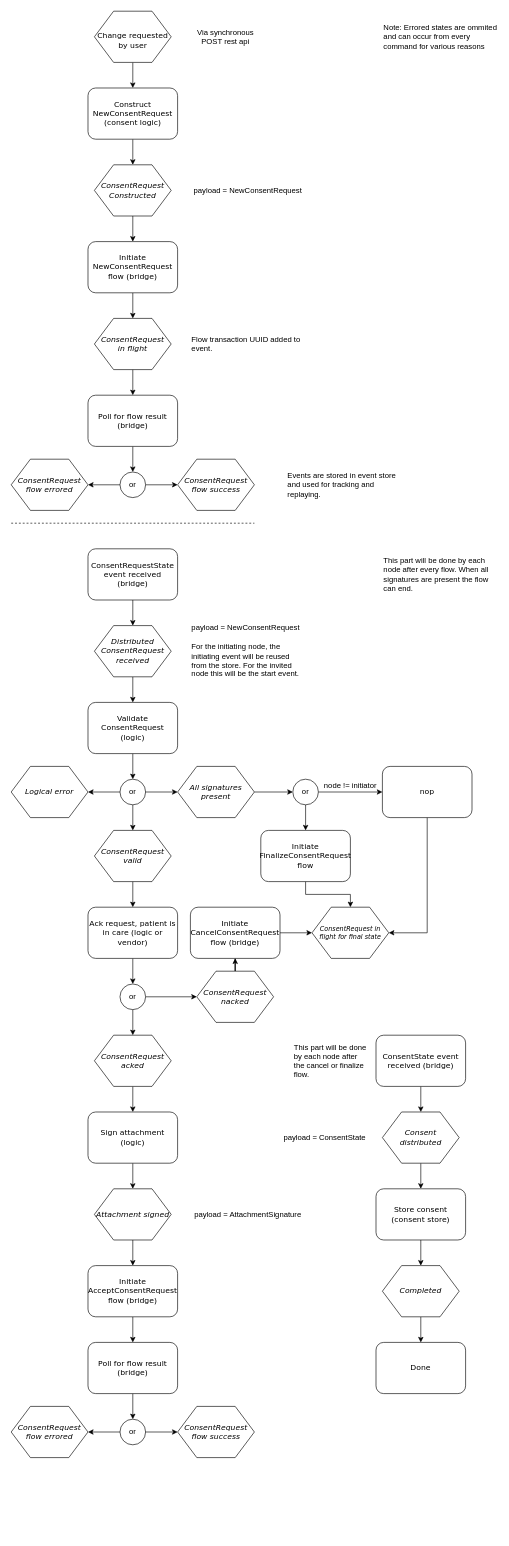
Above: docs/_static/images/Nuts consent request flow.drawio in nuts-foundation/nuts-event-octopus (draw.io), before the change. Source tidied: cells renumbered, new cells numbered last; positions are measured from the earlier drawing's top-left corner, leaving out a move shared by most shapes. Both pictures are drawn from the tidied source at 64%, with x=0, y=0 at pixel (11, 11).
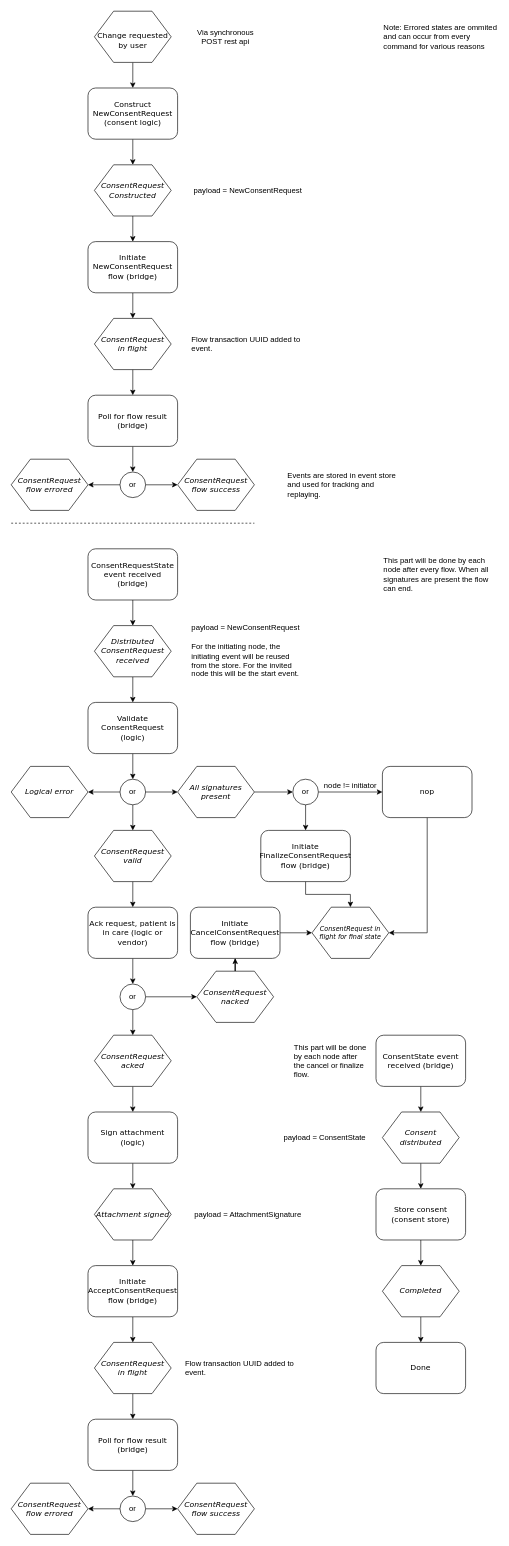
After the change.

Commit message (it also covers changes not shown here):
flow diagram update

The change refers to these unchanged cells:
```xml
<mxCell id="50" value="Initiate AcceptConsentRequest flow (bridge)" style="rounded=1;whiteSpace=wrap;html=1;shadow=0;labelBackgroundColor=none;strokeColor=#000000;strokeWidth=1;fillColor=#ffffff;fontFamily=Verdana;fontSize=12;fontColor=#000000;align=center;" parent="1" vertex="1">
  <mxGeometry x="120" y="1960" width="140" height="80" as="geometry" />
</mxCell>
```

Diff of the diagram source:
```diff
@@
-    <mxCell id="49" style="edgeStyle=orthogonalEdgeStyle;rounded=0;jettySize=auto;html=1;exitX=0.5;exitY=1;exitDx=0;exitDy=0;entryX=0.5;entryY=0;entryDx=0;entryDy=0;" parent="1" edge="1" source="50" target="52">
-      <mxGeometry relative="1" as="geometry" />
-    </mxCell>
+    <mxCell id="87" style="edgeStyle=orthogonalEdgeStyle;rounded=0;jettySize=auto;html=1;exitX=0.5;exitY=1;exitDx=0;exitDy=0;fontSize=10;" parent="1" edge="1" source="50" target="89">
+      <mxGeometry relative="1" as="geometry" />
+    </mxCell>
@@
     <mxCell id="52" value="Poll for flow result (bridge)" style="rounded=1;whiteSpace=wrap;html=1;shadow=0;labelBackgroundColor=none;strokeColor=#000000;strokeWidth=1;fillColor=#ffffff;fontFamily=Verdana;fontSize=12;fontColor=#000000;align=center;" parent="1" vertex="1">
-      <mxGeometry x="120" y="2080" width="140" height="80" as="geometry" />
+      <mxGeometry x="120" y="2200" width="140" height="80" as="geometry" />
     </mxCell>
@@
     <mxCell id="55" value="or" style="ellipse;whiteSpace=wrap;html=1;align=center;" parent="1" vertex="1">
-      <mxGeometry x="170" y="2200" width="40" height="40" as="geometry" />
+      <mxGeometry x="170" y="2320" width="40" height="40" as="geometry" />
     </mxCell>
     <mxCell id="56" value="&lt;i&gt;ConsentRequest&lt;br&gt;flow errored&lt;br&gt;&lt;/i&gt;" style="shape=hexagon;perimeter=hexagonPerimeter;whiteSpace=wrap;html=1;rounded=0;shadow=0;labelBackgroundColor=none;strokeColor=#000000;strokeWidth=1;fillColor=#ffffff;fontFamily=Verdana;fontSize=12;fontColor=#000000;align=center;" parent="1" vertex="1">
-      <mxGeometry y="2180" width="120" height="80" as="geometry" />
+      <mxGeometry y="2300" width="120" height="80" as="geometry" />
     </mxCell>
     <mxCell id="57" value="&lt;i&gt;ConsentRequest&lt;br&gt;flow success&lt;br&gt;&lt;/i&gt;" style="shape=hexagon;perimeter=hexagonPerimeter;whiteSpace=wrap;html=1;rounded=0;shadow=0;labelBackgroundColor=none;strokeColor=#000000;strokeWidth=1;fillColor=#ffffff;fontFamily=Verdana;fontSize=12;fontColor=#000000;align=center;" parent="1" vertex="1">
-      <mxGeometry x="260" y="2180" width="120" height="80" as="geometry" />
+      <mxGeometry x="260" y="2300" width="120" height="80" as="geometry" />
     </mxCell>
@@
-    <mxCell id="66" value="Initiate FinalizeConsentRequest flow" style="rounded=1;whiteSpace=wrap;html=1;shadow=0;labelBackgroundColor=none;strokeColor=#000000;strokeWidth=1;fillColor=#ffffff;fontFamily=Verdana;fontSize=12;fontColor=#000000;align=center;" parent="1" vertex="1">
+    <mxCell id="66" value="Initiate FinalizeConsentRequest flow (bridge)" style="rounded=1;whiteSpace=wrap;html=1;shadow=0;labelBackgroundColor=none;strokeColor=#000000;strokeWidth=1;fillColor=#ffffff;fontFamily=Verdana;fontSize=12;fontColor=#000000;align=center;" parent="1" vertex="1">
       <mxGeometry x="390" y="1280" width="140" height="80" as="geometry" />
     </mxCell>
@@
+    <mxCell id="88" style="edgeStyle=orthogonalEdgeStyle;rounded=0;jettySize=auto;html=1;exitX=0.5;exitY=1;exitDx=0;exitDy=0;fontSize=10;" parent="1" edge="1" source="89" target="52">
+      <mxGeometry relative="1" as="geometry" />
+    </mxCell>
+    <mxCell id="89" value="&lt;i&gt;ConsentRequest&lt;br&gt;in flight&lt;br&gt;&lt;/i&gt;" style="shape=hexagon;perimeter=hexagonPerimeter;whiteSpace=wrap;html=1;rounded=0;shadow=0;labelBackgroundColor=none;strokeColor=#000000;strokeWidth=1;fillColor=#ffffff;fontFamily=Verdana;fontSize=12;fontColor=#000000;align=center;" parent="1" vertex="1">
+      <mxGeometry x="130" y="2080" width="120" height="80" as="geometry" />
+    </mxCell>
+    <mxCell id="90" value="Flow transaction UUID added to event." style="text;html=1;strokeColor=none;fillColor=none;align=left;verticalAlign=middle;whiteSpace=wrap;rounded=0;" parent="1" vertex="1">
+      <mxGeometry x="270" y="2080" width="180" height="80" as="geometry" />
+    </mxCell>
```
